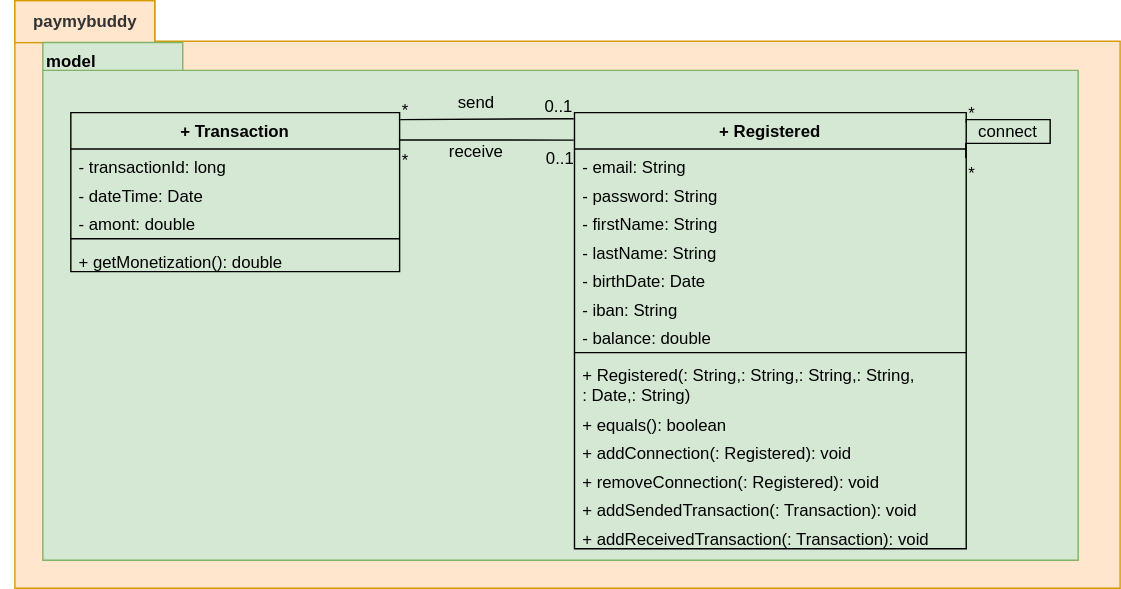
Before: UML/payMyBuddyUML-ModelClasses.svg, a diagram exported from draw.io (emmo78/com.paymybuddy.paymybuddy). Source tidied: cells renumbered, new cells last; positions are measured from the earlier drawing's top-left corner, leaving out a move shared by most shapes.
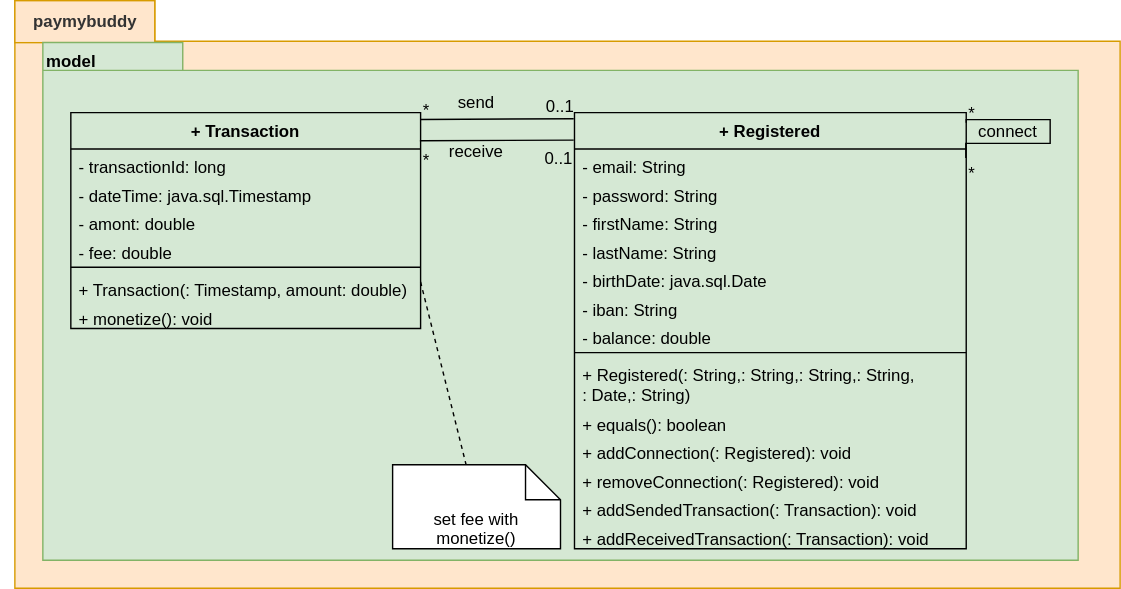
Above is the later version.

The edit, as a diff of the source:
```diff
@@ -29,7 +29,7 @@
     <mxCell id="10" value="- lastName: String" style="text;strokeColor=none;fillColor=none;align=left;verticalAlign=top;spacingLeft=4;spacingRight=4;overflow=hidden;" parent="6" vertex="1">
       <mxGeometry y="87" width="280" height="20.3" as="geometry" />
     </mxCell>
-    <mxCell id="11" value="- birthDate: Date" style="text;strokeColor=none;fillColor=none;align=left;verticalAlign=top;spacingLeft=4;spacingRight=4;overflow=hidden;" parent="6" vertex="1">
+    <mxCell id="11" value="- birthDate: java.sql.Date" style="text;strokeColor=none;fillColor=none;align=left;verticalAlign=top;spacingLeft=4;spacingRight=4;overflow=hidden;" parent="6" vertex="1">
       <mxGeometry y="107.4" width="280" height="20.3" as="geometry" />
     </mxCell>
     <mxCell id="12" value="- iban: String" style="text;strokeColor=none;fillColor=none;align=left;verticalAlign=top;spacingLeft=4;spacingRight=4;overflow=hidden;" parent="6" vertex="1">
@@ -60,23 +60,29 @@
       <mxGeometry y="291.4" width="280" height="20.3" as="geometry" />
     </mxCell>
     <mxCell id="21" value="+ Transaction" style="swimlane;fontStyle=1;align=center;verticalAlign=top;horizontal=1;startSize=26;fillColor=#d5e8d4;strokeColor=#000000;" parent="1" vertex="1">
-      <mxGeometry x="50" y="80" width="235" height="113.6" as="geometry" />
+      <mxGeometry x="50" y="80" width="250" height="154.3" as="geometry" />
     </mxCell>
     <mxCell id="22" value="- transactionId: long" style="text;strokeColor=none;fillColor=none;align=left;verticalAlign=top;spacingLeft=4;spacingRight=4;overflow=hidden;" parent="21" vertex="1">
-      <mxGeometry y="26" width="235" height="20.3" as="geometry" />
+      <mxGeometry y="26" width="250" height="20.3" as="geometry" />
     </mxCell>
-    <mxCell id="23" value="- dateTime: Date" style="text;strokeColor=none;fillColor=none;align=left;verticalAlign=top;spacingLeft=4;spacingRight=4;overflow=hidden;" parent="21" vertex="1">
-      <mxGeometry y="46.3" width="235" height="20.3" as="geometry" />
+    <mxCell id="23" value="- dateTime: java.sql.Timestamp" style="text;strokeColor=none;fillColor=none;align=left;verticalAlign=top;spacingLeft=4;spacingRight=4;overflow=hidden;" parent="21" vertex="1">
+      <mxGeometry y="46.3" width="250" height="20.3" as="geometry" />
     </mxCell>
     <mxCell id="24" value="- amont: double" style="text;strokeColor=none;fillColor=none;align=left;verticalAlign=top;spacingLeft=4;spacingRight=4;overflow=hidden;" parent="21" vertex="1">
-      <mxGeometry y="66.7" width="235" height="20.3" as="geometry" />
+      <mxGeometry y="66.7" width="250" height="20.3" as="geometry" />
     </mxCell>
+    <mxCell id="39" value="- fee: double" style="text;strokeColor=none;fillColor=none;align=left;verticalAlign=top;spacingLeft=4;spacingRight=4;overflow=hidden;" parent="21" vertex="1">
+      <mxGeometry y="87" width="250" height="20.3" as="geometry" />
+    </mxCell>
     <mxCell id="25" style="line;strokeWidth=1;fillColor=none;align=left;verticalAlign=middle;spacingTop=-1;spacingLeft=3;spacingRight=3;labelPosition=right;" parent="21" vertex="1">
-      <mxGeometry y="87" width="235" height="6.3" as="geometry" />
+      <mxGeometry y="107.4" width="250" height="6.3" as="geometry" />
     </mxCell>
-    <mxCell id="26" value="+ getMonetization(): double" style="text;strokeColor=none;fillColor=none;align=left;verticalAlign=top;spacingLeft=4;spacingRight=4;overflow=hidden;points=[[0,0.5],[1,0.5]];portConstraint=eastwest;" parent="21" vertex="1">
-      <mxGeometry y="93.3" width="235" height="20.3" as="geometry" />
+    <mxCell id="26" value="+ Transaction(: Timestamp, amount: double)" style="text;strokeColor=none;fillColor=none;align=left;verticalAlign=top;spacingLeft=4;spacingRight=4;overflow=hidden;points=[[0,0.5],[1,0.5]];portConstraint=eastwest;" parent="21" vertex="1">
+      <mxGeometry y="113.6" width="250" height="20.3" as="geometry" />
     </mxCell>
+    <mxCell id="40" value="+ monetize(): void" style="text;strokeColor=none;fillColor=none;align=left;verticalAlign=top;spacingLeft=4;spacingRight=4;overflow=hidden;" parent="21" vertex="1">
+      <mxGeometry y="134" width="250" height="20.3" as="geometry" />
+    </mxCell>
     <mxCell id="27" value="send" style="text;html=1;strokeColor=none;fillColor=none;align=center;verticalAlign=middle;whiteSpace=wrap;rounded=0;" parent="1" vertex="1">
       <mxGeometry x="310" y="65" width="60" height="15" as="geometry" />
     </mxCell>
@@ -101,7 +107,7 @@
         <mxPoint y="-2" as="offset" />
       </mxGeometry>
     </mxCell>
-    <mxCell id="32" style="endArrow=none;html=1;rounded=0;align=center;verticalAlign=top;endFill=0;labelBackgroundColor=none;entryX=-0.002;entryY=0.014;entryDx=0;entryDy=0;strokeColor=#000000;entryPerimeter=0;exitX=1.002;exitY=0.044;exitDx=0;exitDy=0;exitPerimeter=0;" parent="1" edge="1" source="21" target="6">
+    <mxCell id="32" style="endArrow=none;html=1;rounded=0;align=center;verticalAlign=top;endFill=0;labelBackgroundColor=none;entryX=-0.002;entryY=0.014;entryDx=0;entryDy=0;strokeColor=#000000;entryPerimeter=0;exitX=0.999;exitY=0.032;exitDx=0;exitDy=0;exitPerimeter=0;" parent="1" edge="1" source="21" target="6">
       <mxGeometry relative="1" as="geometry" />
     </mxCell>
     <mxCell id="33" value="*" style="html=1;align=left;verticalAlign=top;labelBackgroundColor=none;" parent="32" vertex="1">
@@ -112,7 +118,7 @@
     <mxCell id="34" value="&lt;span style=&quot;text-align: left&quot;&gt;0..1&lt;/span&gt;" style="html=1;align=right;verticalAlign=bottom;labelBackgroundColor=none;" parent="32" vertex="1">
       <mxGeometry x="1" relative="1" as="geometry" />
     </mxCell>
-    <mxCell id="35" style="endArrow=none;html=1;rounded=0;align=center;verticalAlign=top;endFill=0;labelBackgroundColor=none;strokeColor=#000000;exitX=0.998;exitY=0.172;exitDx=0;exitDy=0;exitPerimeter=0;entryX=-0.002;entryY=0.063;entryDx=0;entryDy=0;entryPerimeter=0;" parent="1" edge="1" source="21" target="6">
+    <mxCell id="35" style="endArrow=none;html=1;rounded=0;align=center;verticalAlign=top;endFill=0;labelBackgroundColor=none;strokeColor=#000000;entryX=-0.002;entryY=0.063;entryDx=0;entryDy=0;entryPerimeter=0;exitX=0.998;exitY=0.13;exitDx=0;exitDy=0;exitPerimeter=0;" parent="1" edge="1" source="21" target="6">
       <mxGeometry relative="1" as="geometry" />
     </mxCell>
     <mxCell id="36" value="*" style="html=1;align=left;verticalAlign=top;labelBackgroundColor=none;" parent="35" vertex="1">
@@ -128,5 +134,11 @@
     <mxCell id="38" value="receive" style="text;html=1;strokeColor=none;fillColor=none;align=center;verticalAlign=middle;whiteSpace=wrap;rounded=0;" parent="1" vertex="1">
       <mxGeometry x="310" y="100" width="60" height="15" as="geometry" />
     </mxCell>
+    <mxCell id="41" value="set fee with monetize()" style="shape=note2;boundedLbl=1;whiteSpace=wrap;html=1;size=25;verticalAlign=top;align=center;" parent="1" vertex="1">
+      <mxGeometry x="280" y="331.7" width="120" height="60" as="geometry" />
+    </mxCell>
+    <mxCell id="42" style="endArrow=none;dashed=1;html=1;rounded=0;exitX=1;exitY=0.362;exitDx=0;exitDy=0;exitPerimeter=0;" parent="1" edge="1" source="26" target="41">
+      <mxGeometry relative="1" as="geometry" />
+    </mxCell>
   </root>
 </mxGraphModel>
```
